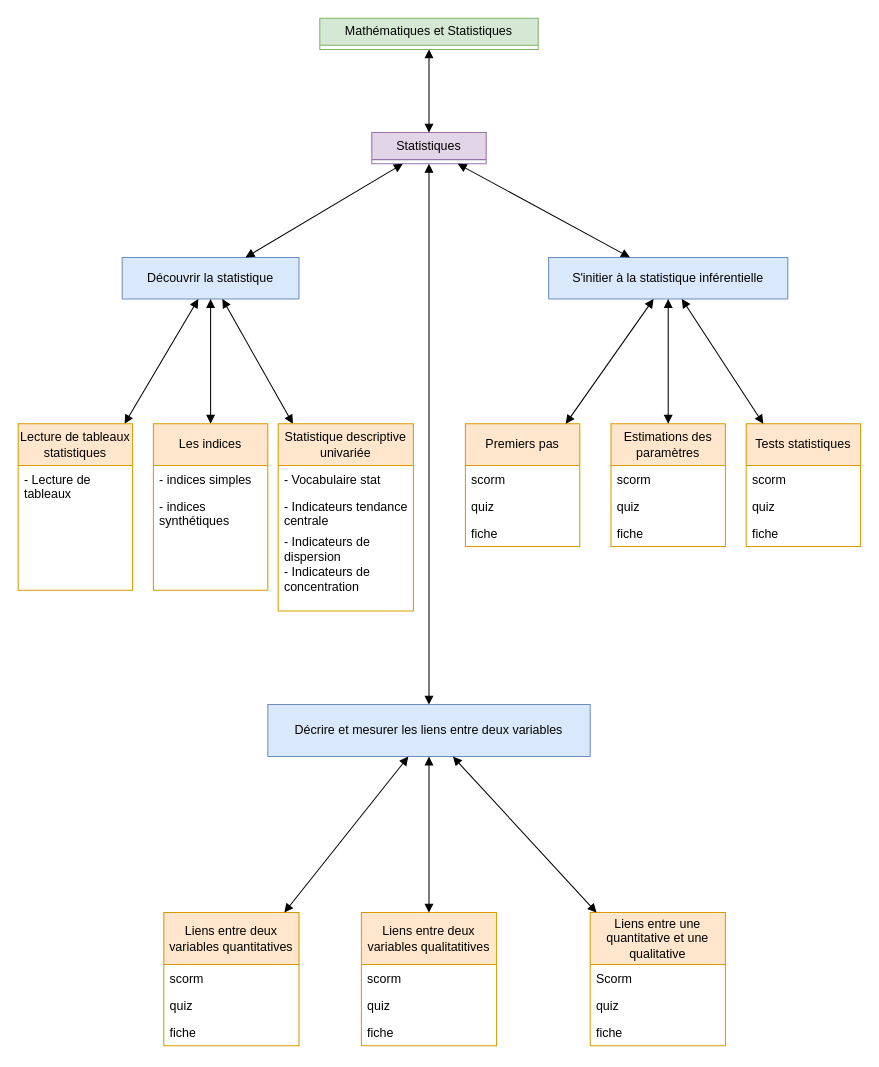
Above: Writer.drawio in jean-seb-2106/pythontest (draw.io), before the change. Source tidied: cells renumbered, new cells numbered last; positions are measured from the earlier drawing's top-left corner, leaving out a move shared by most shapes. Both pictures are drawn from the tidied source at 104%, with x=0, y=0 at pixel (18, 18).
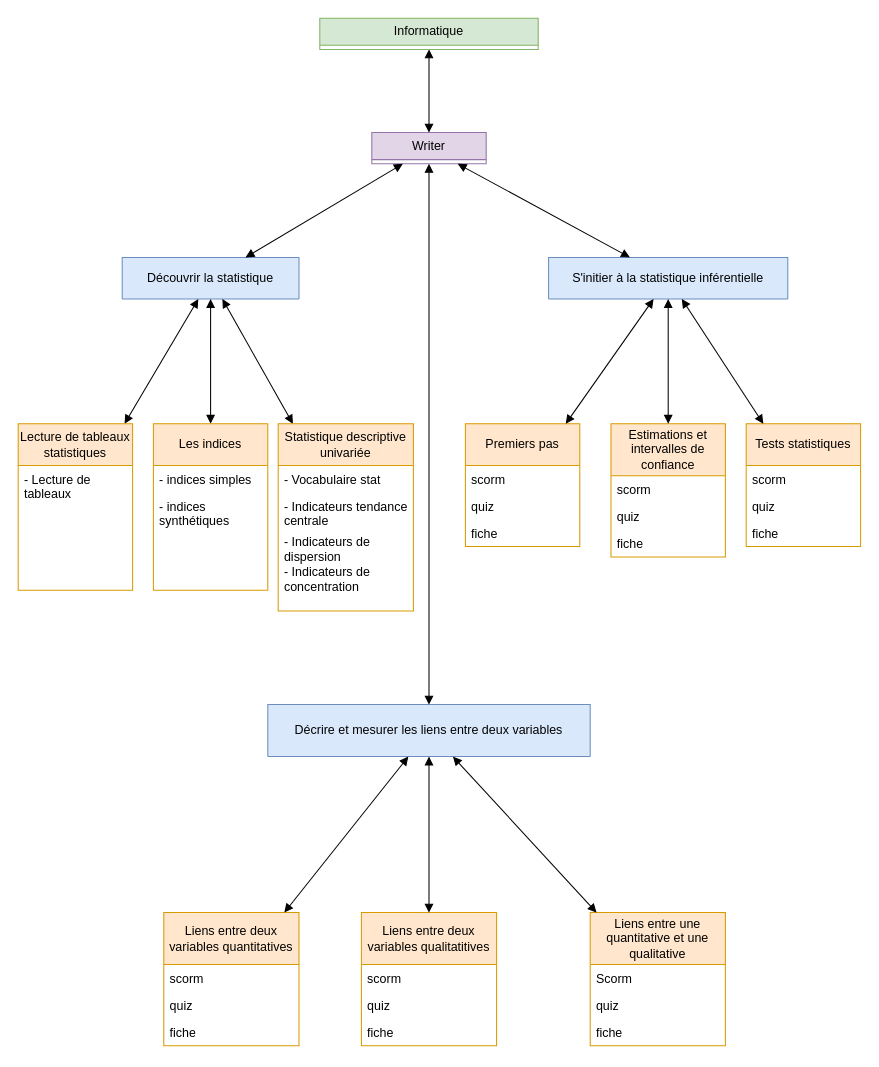
The same diagram, later.

Commit message (it also covers changes not shown here):
Mettre à jour Writer.drawio

Diff of the diagram source:
```diff
@@
-    <mxCell id="2" value="Statistiques" style="swimlane;fontStyle=0;horizontal=1;startSize=26;fillColor=#e1d5e7;whiteSpace=wrap;html=1;strokeColor=#9673a6;" parent="1" vertex="1" collapsed="1">
+    <mxCell id="2" value="Writer" style="swimlane;fontStyle=0;horizontal=1;startSize=26;fillColor=#e1d5e7;whiteSpace=wrap;html=1;strokeColor=#9673a6;" parent="1" vertex="1" collapsed="1">
       <mxGeometry x="340" y="110" width="110" height="30" as="geometry" />
     </mxCell>
@@
-    <mxCell id="4" value="Mathématiques et Statistiques" style="swimlane;fontStyle=0;horizontal=1;startSize=26;fillColor=#d5e8d4;whiteSpace=wrap;html=1;strokeColor=#82b366;" parent="1" vertex="1" collapsed="1">
+    <mxCell id="4" value="Informatique" style="swimlane;fontStyle=0;horizontal=1;startSize=26;fillColor=#d5e8d4;whiteSpace=wrap;html=1;strokeColor=#82b366;" parent="1" vertex="1" collapsed="1">
       <mxGeometry x="290" width="210" height="30" as="geometry" />
     </mxCell>
@@
-    <mxCell id="42" value="Estimations des paramètres" style="swimlane;fontStyle=0;horizontal=1;startSize=40;fillColor=#ffe6cc;whiteSpace=wrap;html=1;strokeColor=#d79b00;" parent="1" vertex="1">
-      <mxGeometry x="570" y="390" width="110" height="118" as="geometry" />
+    <mxCell id="42" value="Estimations et intervalles de confiance" style="swimlane;fontStyle=0;horizontal=1;startSize=50;fillColor=#ffe6cc;whiteSpace=wrap;html=1;strokeColor=#d79b00;" parent="1" vertex="1">
+      <mxGeometry x="570" y="390" width="110" height="128" as="geometry" />
     </mxCell>
     <mxCell id="43" value="scorm" style="text;strokeColor=none;fillColor=none;align=left;verticalAlign=top;spacingLeft=4;spacingRight=4;overflow=hidden;whiteSpace=wrap;html=1;" parent="42" vertex="1">
-      <mxGeometry y="40" width="110" height="26" as="geometry" />
+      <mxGeometry y="50" width="110" height="26" as="geometry" />
     </mxCell>
     <mxCell id="44" value="quiz" style="text;strokeColor=none;fillColor=none;align=left;verticalAlign=top;spacingLeft=4;spacingRight=4;overflow=hidden;whiteSpace=wrap;html=1;" parent="42" vertex="1">
-      <mxGeometry y="66" width="110" height="26" as="geometry" />
+      <mxGeometry y="76" width="110" height="26" as="geometry" />
     </mxCell>
     <mxCell id="45" value="fiche" style="text;strokeColor=none;fillColor=none;align=left;verticalAlign=top;spacingLeft=4;spacingRight=4;overflow=hidden;whiteSpace=wrap;html=1;" parent="42" vertex="1">
-      <mxGeometry y="92" width="110" height="26" as="geometry" />
+      <mxGeometry y="102" width="110" height="26" as="geometry" />
     </mxCell>
```
